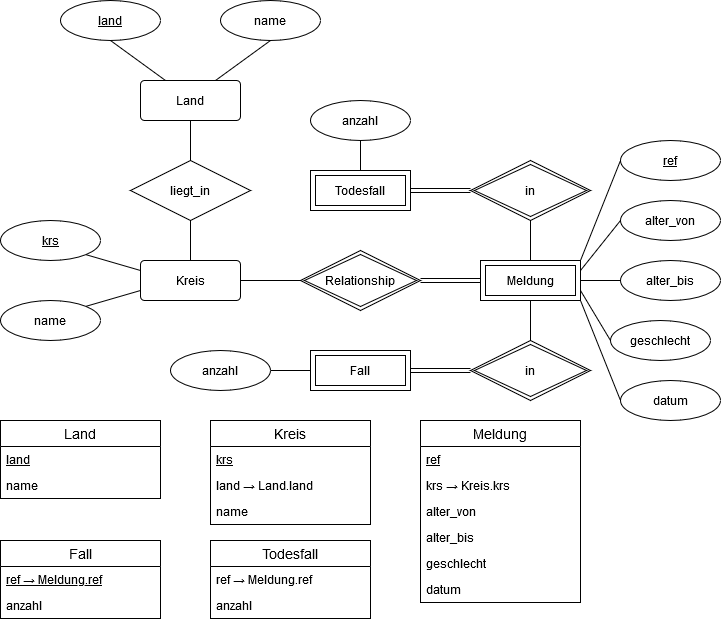
Before: corona_db.png, a diagram exported from draw.io (MariusGiebenhain/corona_db). Source tidied: cells renumbered, new cells last; positions are measured from the earlier drawing's top-left corner, leaving out a move shared by most shapes.
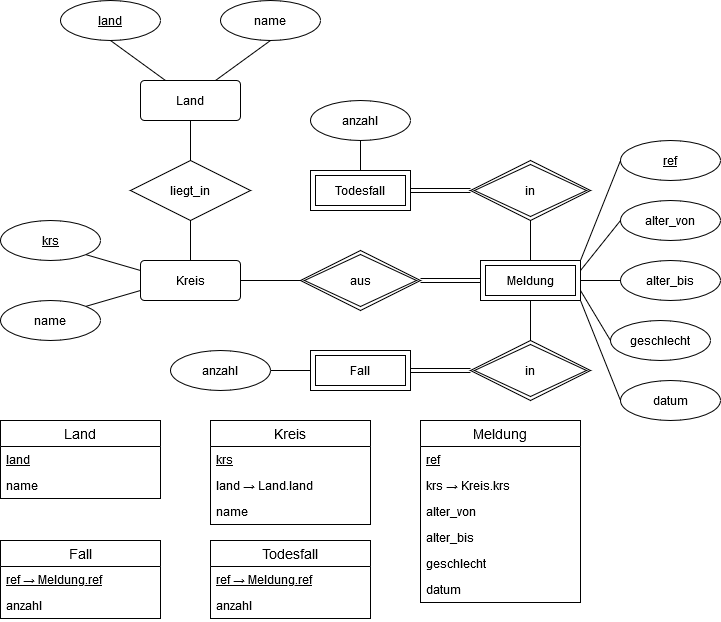
After the commit.

What changed in the source:
```diff
@@ -89,7 +89,7 @@
     <mxCell id="30" value="Todesfall" style="shape=ext;margin=3;double=1;whiteSpace=wrap;html=1;align=center;" parent="1" vertex="1">
       <mxGeometry x="310" y="170" width="100" height="40" as="geometry" />
     </mxCell>
-    <mxCell id="31" value="Relationship" style="shape=rhombus;double=1;perimeter=rhombusPerimeter;whiteSpace=wrap;html=1;align=center;" parent="1" vertex="1">
+    <mxCell id="31" value="aus" style="shape=rhombus;double=1;perimeter=rhombusPerimeter;whiteSpace=wrap;html=1;align=center;" parent="1" vertex="1">
       <mxGeometry x="300" y="250" width="120" height="60" as="geometry" />
     </mxCell>
     <mxCell id="32" value="in" style="shape=rhombus;double=1;perimeter=rhombusPerimeter;whiteSpace=wrap;html=1;align=center;" parent="1" vertex="1">
@@ -176,7 +176,7 @@
     <mxCell id="59" value="Todesfall" style="swimlane;fontStyle=0;horizontal=1;startSize=26;align=center;fontSize=14;" parent="1" vertex="1">
       <mxGeometry x="210" y="540" width="160" height="78" as="geometry" />
     </mxCell>
-    <mxCell id="60" value="ref → Meldung.ref" style="text;strokeColor=none;fillColor=none;spacingLeft=4;spacingRight=4;overflow=hidden;fontSize=12;" parent="59" vertex="1">
+    <mxCell id="60" value="ref → Meldung.ref" style="text;strokeColor=none;fillColor=none;spacingLeft=4;spacingRight=4;overflow=hidden;fontSize=12;fontStyle=4;" parent="59" vertex="1">
       <mxGeometry y="26" width="160" height="26" as="geometry" />
     </mxCell>
     <mxCell id="61" value="anzahl" style="text;strokeColor=none;fillColor=none;spacingLeft=4;spacingRight=4;overflow=hidden;fontSize=12;" parent="59" vertex="1">
```
